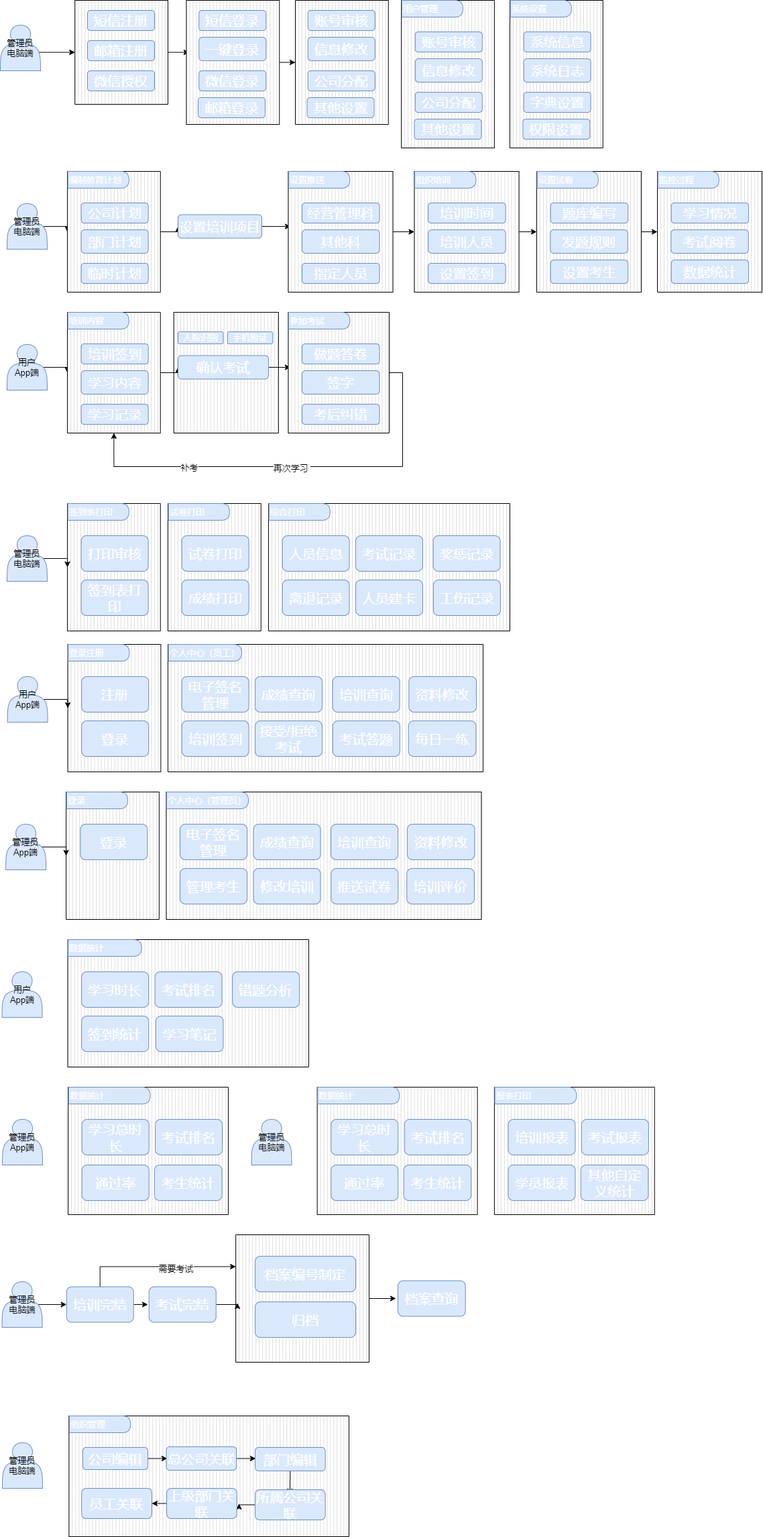
The draw.io diagram Untitled Diagram.drawio.png in lenonjone/Toolkits, before a commit. Source tidied: cells renumbered, new cells last; positions are measured from the earlier drawing's top-left corner, leaving out a move shared by most shapes.
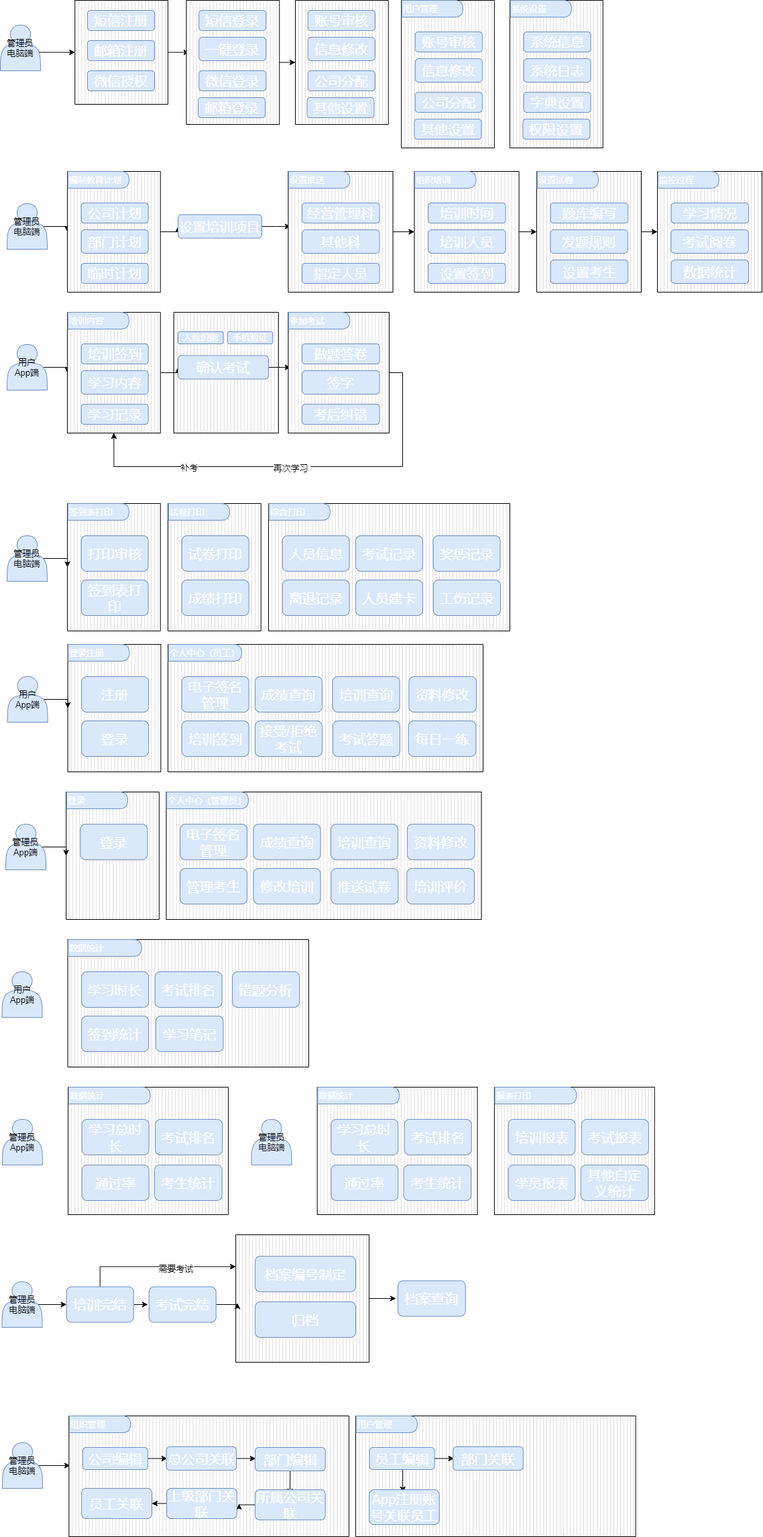
The same file after the commit.

Change to the diagram source:
```diff
@@ -536,6 +536,9 @@
     <mxCell id="175" value="档案查询" style="rounded=1;whiteSpace=wrap;html=1;fillColor=#dae8fc;strokeColor=#6c8ebf;fontColor=#FFFFFF;fontStyle=0;fontSize=20;" parent="1" vertex="1">
       <mxGeometry x="593.1" y="1908.5" width="100.6" height="53" as="geometry" />
     </mxCell>
+    <mxCell id="190" style="edgeStyle=orthogonalEdgeStyle;rounded=0;jettySize=auto;html=1;exitX=0.9;exitY=0.5;exitDx=0;exitDy=0;exitPerimeter=0;entryX=0.004;entryY=0.411;entryDx=0;entryDy=0;entryPerimeter=0;fontSize=13;fontColor=#000000;" parent="1" edge="1" source="176" target="177">
+      <mxGeometry relative="1" as="geometry" />
+    </mxCell>
     <mxCell id="176" value="管理员&lt;br&gt;电脑端" style="shape=actor;whiteSpace=wrap;html=1;fontSize=13;fillColor=#dae8fc;strokeColor=#6c8ebf;" parent="1" vertex="1">
       <mxGeometry x="3" y="2150" width="60" height="68" as="geometry" />
     </mxCell>
@@ -578,5 +581,26 @@
     <mxCell id="189" value="员工关联" style="rounded=1;whiteSpace=wrap;html=1;fillColor=#dae8fc;strokeColor=#6c8ebf;fontColor=#FFFFFF;fontStyle=0;fontSize=20;" parent="1" vertex="1">
       <mxGeometry x="121.2" y="2218" width="104.7" height="45" as="geometry" />
     </mxCell>
+    <mxCell id="191" style="verticalLabelPosition=bottom;verticalAlign=top;html=1;shape=mxgraph.basic.patternFillRect;fillStyle=vert;step=5;fillStrokeWidth=0.2;fillStrokeColor=#dddddd;fontSize=13;fontColor=#FFFFFF;" parent="1" vertex="1">
+      <mxGeometry x="530" y="2110" width="417.6" height="180" as="geometry" />
+    </mxCell>
+    <mxCell id="192" style="edgeStyle=orthogonalEdgeStyle;rounded=0;jettySize=auto;html=1;exitX=1;exitY=0.5;exitDx=0;exitDy=0;entryX=0.351;entryY=0.356;entryDx=0;entryDy=0;entryPerimeter=0;fontSize=13;fontColor=#000000;" parent="1" edge="1" source="194" target="191">
+      <mxGeometry relative="1" as="geometry" />
+    </mxCell>
+    <mxCell id="193" style="edgeStyle=orthogonalEdgeStyle;rounded=0;jettySize=auto;html=1;exitX=0.5;exitY=1;exitDx=0;exitDy=0;entryX=0.168;entryY=0.633;entryDx=0;entryDy=0;entryPerimeter=0;fontSize=13;fontColor=#000000;" parent="1" edge="1" source="194" target="191">
+      <mxGeometry relative="1" as="geometry" />
+    </mxCell>
+    <mxCell id="194" value="员工编辑" style="rounded=1;whiteSpace=wrap;html=1;fillColor=#dae8fc;strokeColor=#6c8ebf;fontColor=#FFFFFF;fontStyle=0;fontSize=20;" parent="1" vertex="1">
+      <mxGeometry x="550.6" y="2157" width="97" height="33" as="geometry" />
+    </mxCell>
+    <mxCell id="195" value="部门关联" style="rounded=1;whiteSpace=wrap;html=1;fillColor=#dae8fc;strokeColor=#6c8ebf;fontColor=#FFFFFF;fontStyle=0;fontSize=20;" parent="1" vertex="1">
+      <mxGeometry x="675.1" y="2156" width="104.7" height="35" as="geometry" />
+    </mxCell>
+    <mxCell id="196" value="用户管理" style="shape=delay;whiteSpace=wrap;html=1;fontSize=13;align=left;fillColor=#dae8fc;strokeColor=#6c8ebf;fontColor=#FFFFFF;" parent="1" vertex="1">
+      <mxGeometry x="530.6" y="2110" width="91.2" height="25" as="geometry" />
+    </mxCell>
+    <mxCell id="197" value="App注册账号关联员工" style="rounded=1;whiteSpace=wrap;html=1;fillColor=#dae8fc;strokeColor=#6c8ebf;fontColor=#FFFFFF;fontStyle=0;fontSize=20;" parent="1" vertex="1">
+      <mxGeometry x="550" y="2220" width="104.7" height="52" as="geometry" />
+    </mxCell>
   </root>
 </mxGraphModel>
```
